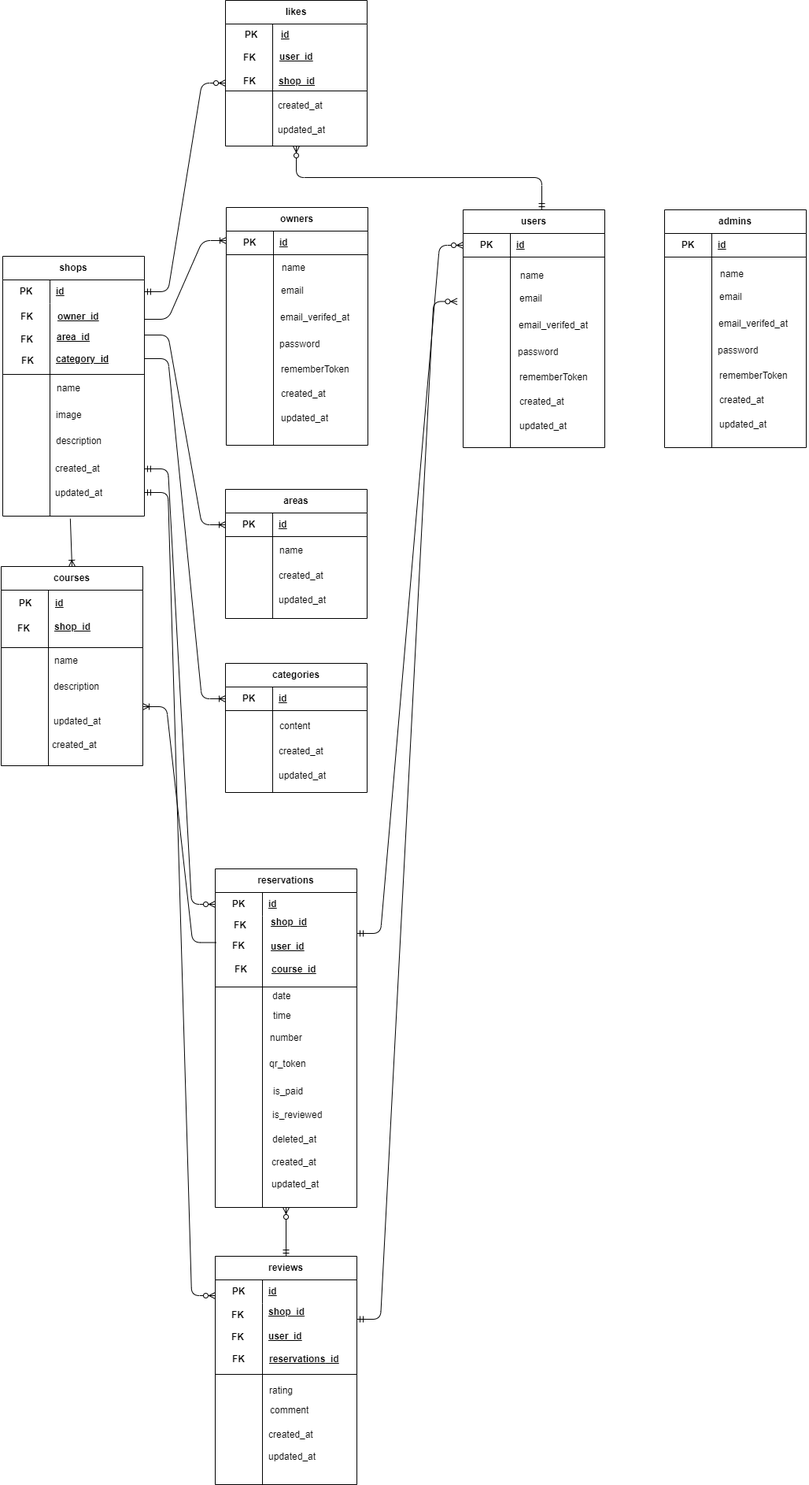
This is gourmet-log-app.drawio.png from hisako-ito/gourmet-log-app, a draw.io export, as it was before one commit. Source tidied: cells renumbered, new cells last; positions are measured from the earlier drawing's top-left corner, leaving out a move shared by most shapes.
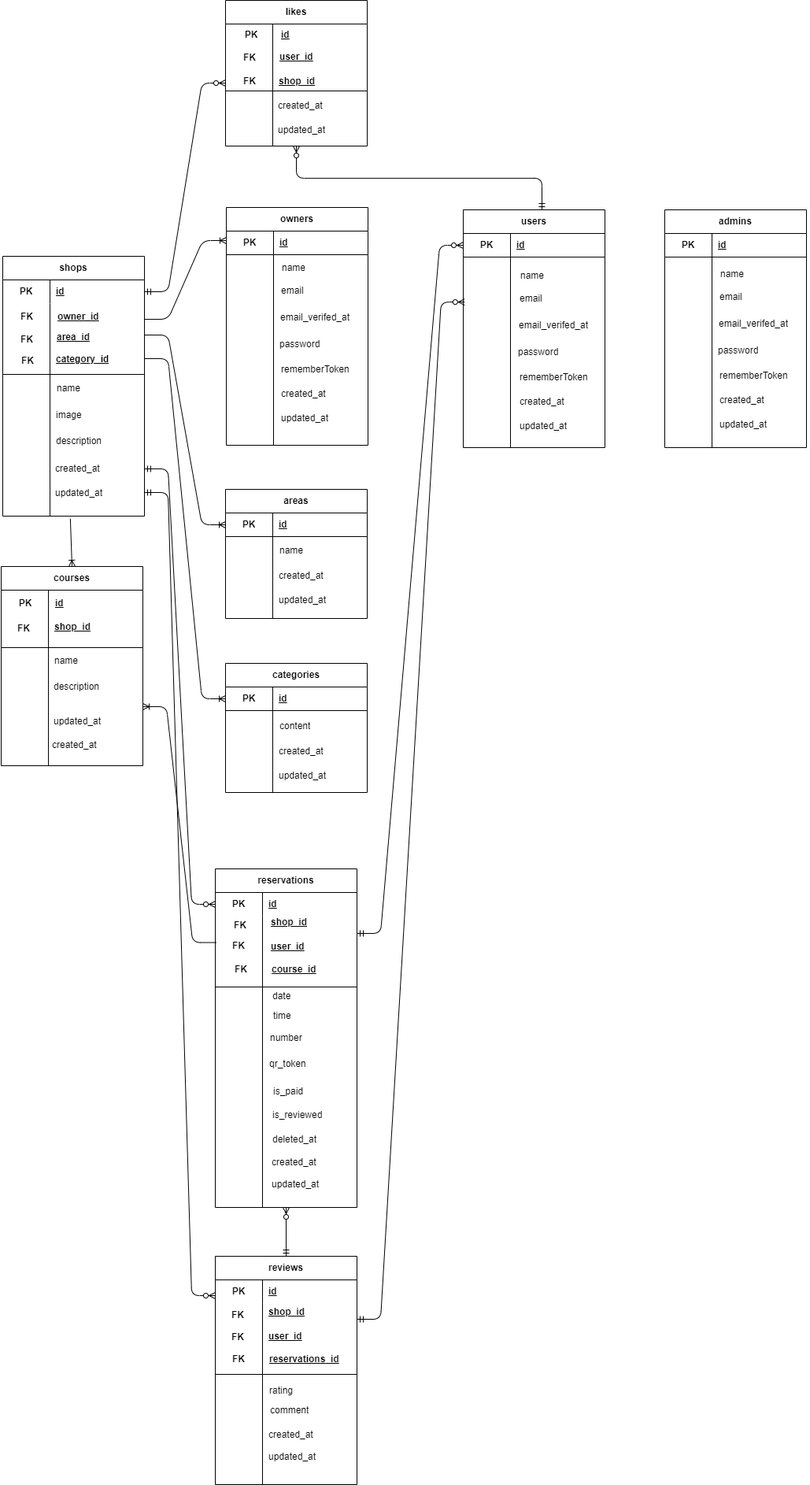
The same file after the commit.

Diff of the diagram source:
```diff
@@ -543,7 +543,7 @@
         </Array>
       </mxGeometry>
     </mxCell>
-    <mxCell id="170" style="edgeStyle=entityRelationEdgeStyle;fontSize=12;html=1;endArrow=ERzeroToMany;startArrow=ERmandOne;elbow=vertical;entryX=-0.042;entryY=0.233;entryDx=0;entryDy=0;entryPerimeter=0;" parent="1" edge="1" target="42">
+    <mxCell id="170" style="edgeStyle=entityRelationEdgeStyle;fontSize=12;html=1;endArrow=ERzeroToMany;startArrow=ERmandOne;elbow=vertical;entryX=0.01;entryY=0.236;entryDx=0;entryDy=0;entryPerimeter=0;" parent="1" edge="1" target="42">
       <mxGeometry relative="1" as="geometry">
         <mxPoint x="453" y="1675" as="sourcePoint" />
         <Array as="points">
```
